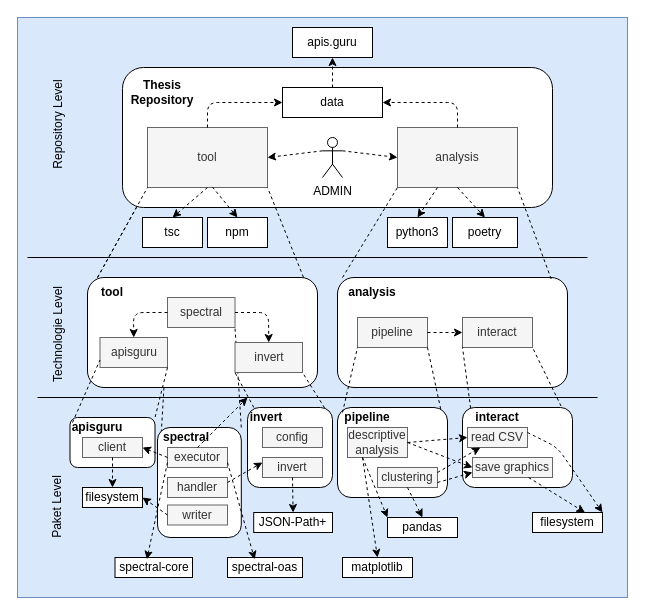
The draw.io diagram requirements/diagram/buildingblockview.drawio in paulbrenker/thesis, before the edit. Source tidied: cells renumbered, new cells numbered last; positions are measured from the earlier drawing's top-left corner, leaving out a move shared by most shapes. Both pictures are drawn from the tidied source at 100%, with x=0, y=0 at pixel (-1, 17).
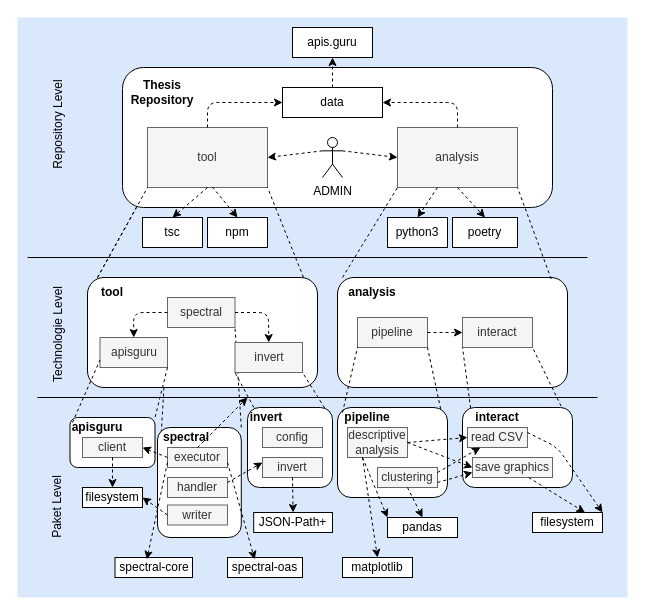
The same diagram, later.

Diff of the diagram source:
```diff
@@
-    <mxCell id="2" style="rounded=0;whiteSpace=wrap;html=1;fillColor=#dae8fc;strokeColor=#6c8ebf;" parent="1" vertex="1">
+    <mxCell id="2" style="rounded=0;whiteSpace=wrap;html=1;fillColor=#dae8fc;strokeColor=none;" parent="1" vertex="1">
       <mxGeometry x="18" width="610" height="580" as="geometry" />
     </mxCell>
```
